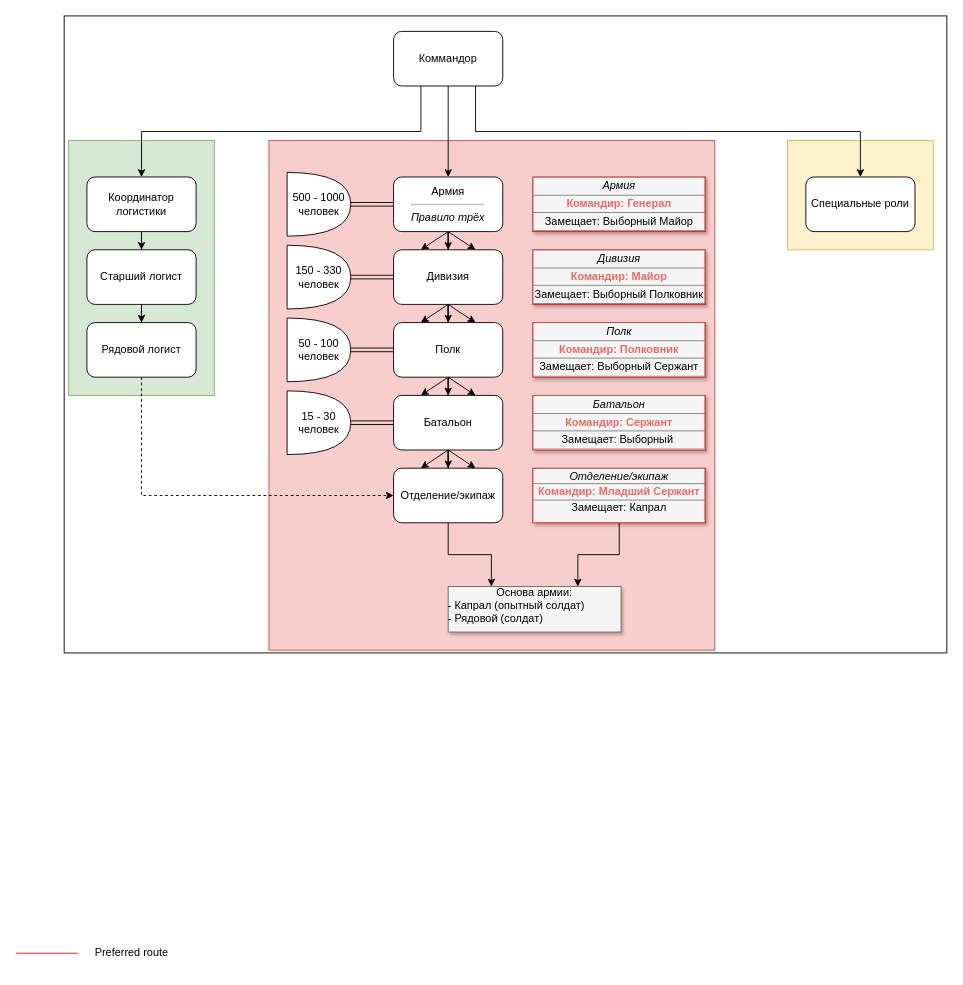
The draw.io diagram Структура.drawio in Kratos1245/other, before the edit. Source tidied: cells renumbered, new cells numbered last; positions are measured from the earlier drawing's top-left corner, leaving out a move shared by most shapes. Both pictures are drawn from the tidied source at 91%, with x=0, y=0 at pixel (15, 15).
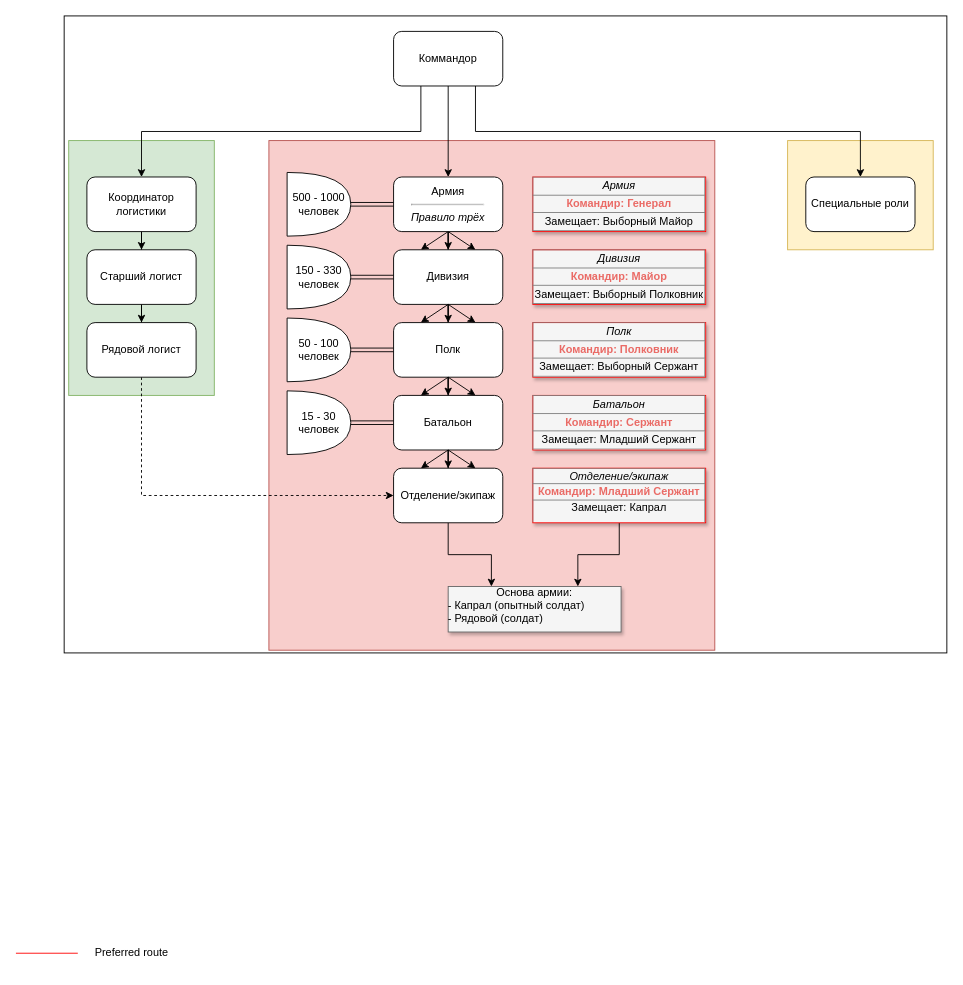
The same page after the edit.

The edit, as a diff of the source:
```diff
@@
-    <mxCell id="40" value="&lt;table border=&quot;1&quot; width=&quot;100%&quot; style=&quot;width: 100% ; height: 100% ; border-collapse: collapse&quot;&gt;&lt;tbody&gt;&lt;tr&gt;&lt;td colspan=&quot;2&quot; align=&quot;center&quot;&gt;&lt;font style=&quot;font-size: 12px;&quot;&gt;&lt;i&gt;Батальон&lt;/i&gt;&lt;/font&gt;&lt;/td&gt;&lt;/tr&gt;&lt;tr&gt;&lt;td align=&quot;center&quot;&gt;&lt;font color=&quot;#ea6b66&quot;&gt;&lt;b&gt;Командир: Сержант&lt;/b&gt;&lt;/font&gt;&lt;/td&gt;&lt;/tr&gt;&lt;tr&gt;&lt;td align=&quot;center&quot;&gt;Замещает: Выборный&amp;nbsp;&lt;/td&gt;&lt;/tr&gt;&lt;/tbody&gt;&lt;/table&gt;" style="text;html=1;strokeColor=#FF0000;fillColor=#f5f5f5;overflow=fill;rounded=0;shadow=1;fontSize=12;align=center;" parent="1" vertex="1">
+    <mxCell id="40" value="&lt;table border=&quot;1&quot; width=&quot;100%&quot; style=&quot;width: 100% ; height: 100% ; border-collapse: collapse&quot;&gt;&lt;tbody&gt;&lt;tr&gt;&lt;td colspan=&quot;2&quot; align=&quot;center&quot;&gt;&lt;font style=&quot;font-size: 12px;&quot;&gt;&lt;i&gt;Батальон&lt;/i&gt;&lt;/font&gt;&lt;/td&gt;&lt;/tr&gt;&lt;tr&gt;&lt;td align=&quot;center&quot;&gt;&lt;font color=&quot;#ea6b66&quot;&gt;&lt;b&gt;Командир: Сержант&lt;/b&gt;&lt;/font&gt;&lt;/td&gt;&lt;/tr&gt;&lt;tr&gt;&lt;td align=&quot;center&quot;&gt;Замещает: Младший Сержант&lt;/td&gt;&lt;/tr&gt;&lt;/tbody&gt;&lt;/table&gt;" style="text;html=1;strokeColor=#FF0000;fillColor=#f5f5f5;overflow=fill;rounded=0;shadow=1;fontSize=12;align=center;" parent="1" vertex="1">
       <mxGeometry x="568" y="417" width="190" height="60" as="geometry" />
     </mxCell>
```
